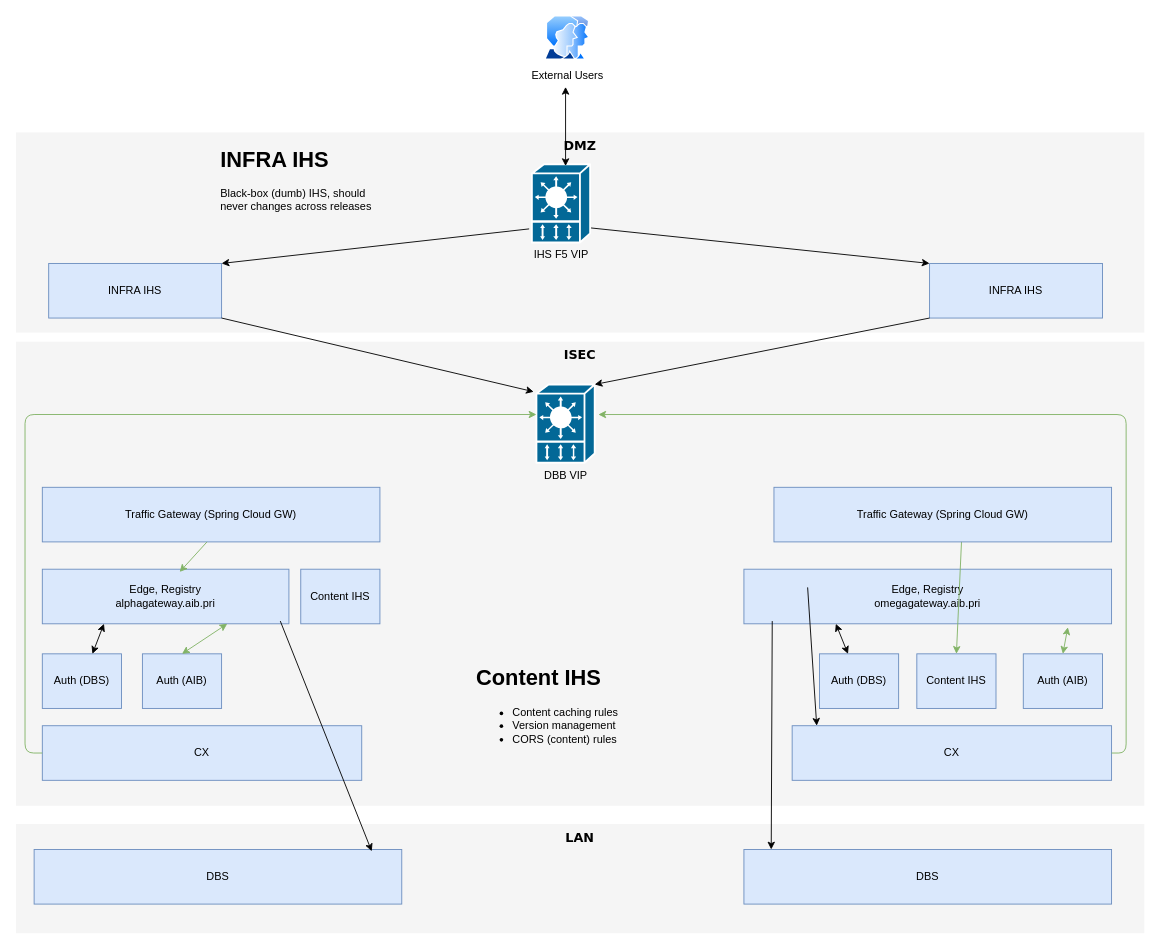
Before: src/main/resources/to-be-traffic-management-option-2.drawio in hughrossdublin/cardsproxy, a draw.io diagram. Source tidied: cells renumbered, new cells numbered last; positions are measured from the earlier drawing's top-left corner, leaving out a move shared by most shapes. Both pictures are drawn from the tidied source at 91%, with x=0, y=0 at pixel (15, 15).
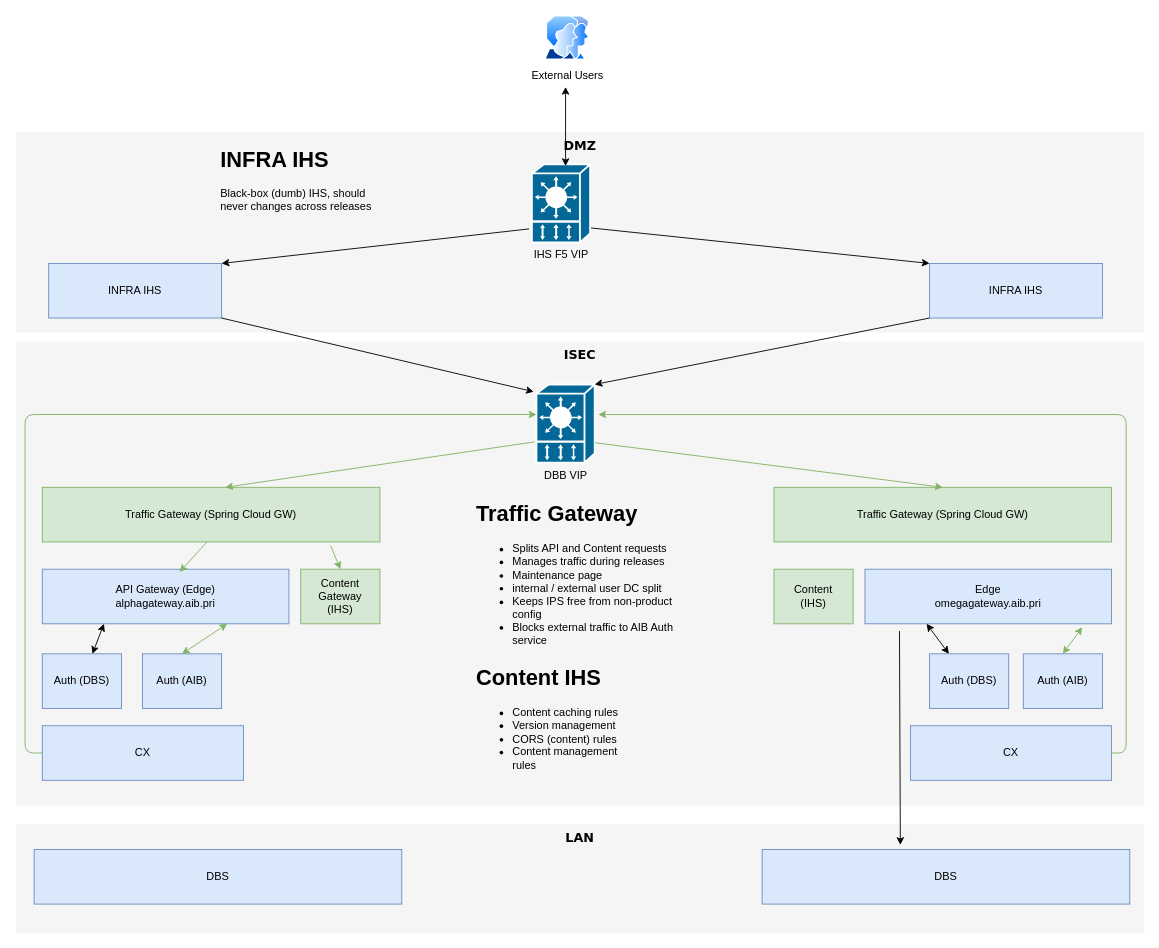
The same page after the edit.

The change refers to these unchanged cells:
```xml
<mxCell id="11" value="DBB VIP" style="shape=mxgraph.cisco.misc.vip;html=1;dashed=0;fillColor=#036897;strokeColor=#ffffff;strokeWidth=2;verticalLabelPosition=bottom;verticalAlign=top;" parent="1" vertex="1">
  <mxGeometry x="572" y="405" width="64" height="86" as="geometry" />
</mxCell>
```

The edit, as a diff of the source:
```diff
@@
-    <mxCell id="9" value="Edge, Registry&lt;br&gt;alphagateway.aib.pri" style="rounded=0;whiteSpace=wrap;html=1;strokeColor=#6c8ebf;fillColor=#dae8fc;" parent="1" vertex="1">
+    <mxCell id="9" value="API Gateway (Edge)&lt;br&gt;alphagateway.aib.pri" style="rounded=0;whiteSpace=wrap;html=1;strokeColor=#6c8ebf;fillColor=#dae8fc;" parent="1" vertex="1">
       <mxGeometry x="29" y="608" width="271" height="60" as="geometry" />
     </mxCell>
-    <mxCell id="10" value="Edge, Registry&lt;br&gt;omegagateway.aib.pri" style="rounded=0;whiteSpace=wrap;html=1;strokeColor=#6c8ebf;fillColor=#dae8fc;" parent="1" vertex="1">
-      <mxGeometry x="800" y="608" width="404" height="60" as="geometry" />
+    <mxCell id="10" value="Edge&lt;br&gt;omegagateway.aib.pri" style="rounded=0;whiteSpace=wrap;html=1;strokeColor=#6c8ebf;fillColor=#dae8fc;" parent="1" vertex="1">
+      <mxGeometry x="933" y="608" width="271" height="60" as="geometry" />
     </mxCell>
@@
     <mxCell id="12" value="CX" style="rounded=0;whiteSpace=wrap;html=1;fillColor=#dae8fc;strokeColor=#6c8ebf;" parent="1" vertex="1">
-      <mxGeometry x="29" y="780" width="351" height="60" as="geometry" />
+      <mxGeometry x="29" y="780" width="221" height="60" as="geometry" />
     </mxCell>
     <mxCell id="13" value="CX" style="rounded=0;whiteSpace=wrap;html=1;fillColor=#dae8fc;strokeColor=#6c8ebf;" parent="1" vertex="1">
-      <mxGeometry x="853" y="780" width="351" height="60" as="geometry" />
+      <mxGeometry x="983" y="780" width="221" height="60" as="geometry" />
     </mxCell>
@@
     <mxCell id="15" value="Auth (DBS)" style="rounded=0;whiteSpace=wrap;html=1;strokeColor=#6c8ebf;fillColor=#dae8fc;" parent="1" vertex="1">
-      <mxGeometry x="883" y="701" width="87" height="60" as="geometry" />
+      <mxGeometry x="1004" y="701" width="87" height="60" as="geometry" />
     </mxCell>
@@
     <mxCell id="25" value="DBS" style="rounded=0;whiteSpace=wrap;html=1;fillColor=#dae8fc;strokeColor=#6c8ebf;" parent="1" vertex="1">
-      <mxGeometry x="800" y="916" width="404" height="60" as="geometry" />
+      <mxGeometry x="820" y="916" width="404" height="60" as="geometry" />
     </mxCell>
-    <mxCell id="26" style="endArrow=classic;startArrow=none;html=1;startFill=0;exitX=0.965;exitY=0.95;exitDx=0;exitDy=0;exitPerimeter=0;" parent="1" edge="1" source="9">
-      <mxGeometry relative="1" as="geometry">
-        <mxPoint x="391" y="918" as="targetPoint" />
-      </mxGeometry>
-    </mxCell>
@@
-    <mxCell id="29" value="Content IHS" style="rounded=0;whiteSpace=wrap;html=1;fillColor=#dae8fc;strokeColor=#6c8ebf;" parent="1" vertex="1">
+    <mxCell id="29" value="Content Gateway&lt;br&gt;(IHS)" style="rounded=0;whiteSpace=wrap;html=1;fillColor=#d5e8d4;strokeColor=#82b366;" parent="1" vertex="1">
       <mxGeometry x="313" y="608" width="87" height="60" as="geometry" />
     </mxCell>
-    <mxCell id="30" value="Content IHS" style="rounded=0;whiteSpace=wrap;html=1;fillColor=#dae8fc;strokeColor=#6c8ebf;" parent="1" vertex="1">
-      <mxGeometry x="990" y="701" width="87" height="60" as="geometry" />
+    <mxCell id="30" value="Content &lt;br&gt;(IHS)" style="rounded=0;whiteSpace=wrap;html=1;fillColor=#d5e8d4;strokeColor=#82b366;" parent="1" vertex="1">
+      <mxGeometry x="833" y="608" width="87" height="60" as="geometry" />
     </mxCell>
-    <mxCell id="31" style="endArrow=classic;startArrow=classic;html=1;exitX=0.5;exitY=0;exitDx=0;exitDy=0;fillColor=#d5e8d4;strokeColor=#82b366;" parent="1" edge="1" source="30">
-      <mxGeometry relative="1" as="geometry">
-        <mxPoint x="1040" y="558" as="targetPoint" />
-      </mxGeometry>
-    </mxCell>
@@
-    <mxCell id="34" value="&lt;h1&gt;Content IHS&lt;/h1&gt;&lt;p&gt;&lt;/p&gt;&lt;ul&gt;&lt;li&gt;Content caching rules&lt;/li&gt;&lt;li&gt;Version management&lt;/li&gt;&lt;li&gt;CORS (content) rules&lt;/li&gt;&lt;/ul&gt;&lt;p&gt;&lt;/p&gt;&lt;p&gt;&lt;br&gt;&lt;/p&gt;" style="text;html=1;strokeColor=none;fillColor=none;spacing=5;spacingTop=-20;whiteSpace=wrap;overflow=hidden;rounded=0;" parent="1" vertex="1">
+    <mxCell id="34" value="&lt;h1&gt;Content IHS&lt;/h1&gt;&lt;p&gt;&lt;/p&gt;&lt;ul&gt;&lt;li&gt;Content caching rules&lt;/li&gt;&lt;li&gt;Version management&lt;/li&gt;&lt;li&gt;CORS (content) rules&lt;/li&gt;&lt;li&gt;Content management rules&lt;/li&gt;&lt;/ul&gt;&lt;p&gt;&lt;/p&gt;&lt;p&gt;&lt;br&gt;&lt;/p&gt;" style="text;html=1;strokeColor=none;fillColor=none;spacing=5;spacingTop=-20;whiteSpace=wrap;overflow=hidden;rounded=0;" parent="1" vertex="1">
       <mxGeometry x="501" y="708" width="190" height="120" as="geometry" />
     </mxCell>
@@
-    <mxCell id="37" style="endArrow=classic;startArrow=none;html=1;startFill=0;" parent="1" edge="1">
-      <mxGeometry relative="1" as="geometry">
-        <mxPoint x="870" y="628" as="sourcePoint" />
-        <mxPoint x="880" y="780" as="targetPoint" />
-      </mxGeometry>
-    </mxCell>
-    <mxCell id="38" style="endArrow=classic;startArrow=none;html=1;startFill=0;exitX=0.077;exitY=0.95;exitDx=0;exitDy=0;exitPerimeter=0;" parent="1" edge="1" source="10">
-      <mxGeometry relative="1" as="geometry">
-        <mxPoint x="830" y="916" as="targetPoint" />
-      </mxGeometry>
+    <mxCell id="38" style="endArrow=classic;startArrow=none;html=1;startFill=0;entryX=0.376;entryY=-0.083;entryDx=0;entryDy=0;entryPerimeter=0;exitX=0.14;exitY=1.133;exitDx=0;exitDy=0;exitPerimeter=0;" parent="1" edge="1" source="10" target="25">
+      <mxGeometry relative="1" as="geometry" />
     </mxCell>
-    <mxCell id="39" value="Traffic Gateway (Spring Cloud GW)" style="rounded=0;whiteSpace=wrap;html=1;fillColor=#dae8fc;strokeColor=#6c8ebf;" parent="1" vertex="1">
+    <mxCell id="39" value="Traffic Gateway (Spring Cloud GW)" style="rounded=0;whiteSpace=wrap;html=1;fillColor=#d5e8d4;strokeColor=#82b366;" parent="1" vertex="1">
       <mxGeometry x="29" y="518" width="371" height="60" as="geometry" />
     </mxCell>
@@
-    <mxCell id="41" value="Traffic Gateway (Spring Cloud GW)" style="rounded=0;whiteSpace=wrap;html=1;fillColor=#dae8fc;strokeColor=#6c8ebf;" parent="1" vertex="1">
+    <mxCell id="41" value="Traffic Gateway (Spring Cloud GW)" style="rounded=0;whiteSpace=wrap;html=1;fillColor=#d5e8d4;strokeColor=#82b366;" parent="1" vertex="1">
       <mxGeometry x="833" y="518" width="371" height="60" as="geometry" />
     </mxCell>
+    <mxCell id="42" style="endArrow=classic;html=1;entryX=0.542;entryY=0;entryDx=0;entryDy=0;entryPerimeter=0;exitX=-0.031;exitY=0.733;exitDx=0;exitDy=0;exitPerimeter=0;fillColor=#d5e8d4;strokeColor=#82b366;" parent="1" edge="1" source="11" target="39">
+      <mxGeometry relative="1" as="geometry" />
+    </mxCell>
+    <mxCell id="43" style="endArrow=classic;html=1;exitX=0.854;exitY=1.067;exitDx=0;exitDy=0;exitPerimeter=0;entryX=0.5;entryY=0;entryDx=0;entryDy=0;fillColor=#d5e8d4;strokeColor=#82b366;" parent="1" edge="1" source="39" target="29">
+      <mxGeometry relative="1" as="geometry" />
+    </mxCell>
+    <mxCell id="44" value="&lt;h1&gt;Traffic Gateway&lt;/h1&gt;&lt;p&gt;&lt;/p&gt;&lt;ul&gt;&lt;li&gt;&lt;span&gt;Splits API and Content requests&lt;/span&gt;&lt;br&gt;&lt;/li&gt;&lt;li&gt;Manages traffic during releases&lt;/li&gt;&lt;li&gt;Maintenance page&lt;/li&gt;&lt;li&gt;internal / external user DC split&lt;/li&gt;&lt;li&gt;Keeps IPS free from non-product config&lt;/li&gt;&lt;li&gt;Blocks external traffic to AIB Auth service&lt;/li&gt;&lt;/ul&gt;&lt;p&gt;&lt;/p&gt;" style="text;html=1;strokeColor=none;fillColor=none;spacing=5;spacingTop=-20;whiteSpace=wrap;overflow=hidden;rounded=0;" parent="1" vertex="1">
+      <mxGeometry x="501" y="528" width="249" height="170" as="geometry" />
+    </mxCell>
+    <mxCell id="45" style="endArrow=classic;html=1;entryX=0.5;entryY=0;entryDx=0;entryDy=0;exitX=1;exitY=0.744;exitDx=0;exitDy=0;exitPerimeter=0;fillColor=#d5e8d4;strokeColor=#82b366;" parent="1" edge="1" source="11" target="41">
+      <mxGeometry relative="1" as="geometry" />
+    </mxCell>
```
